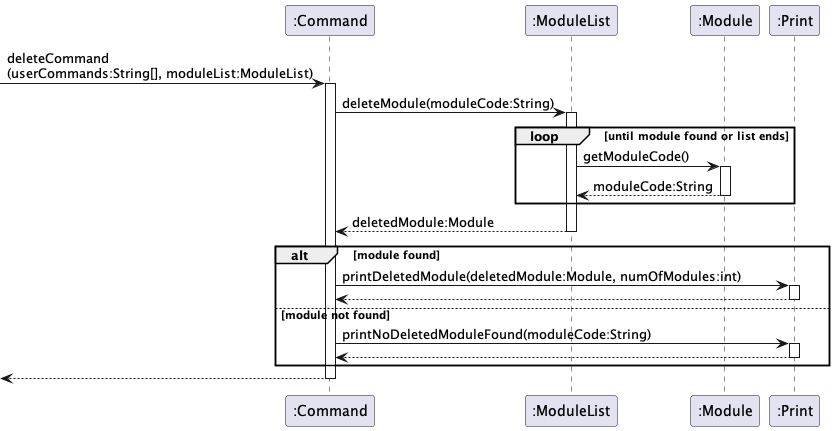
Above: docs/diagrams/DeleteModule.png in saintzaw/tp (PlantUML), before the change.
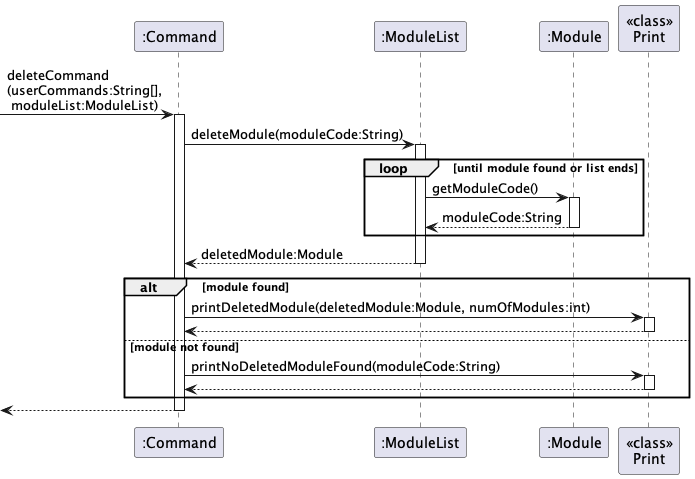
Above is the later version.

Change to the diagram source:
```diff
@@ -3,9 +3,9 @@
 participant ":Command" as Command
 participant ":ModuleList" as ML
 participant ":Module" as Mod
-participant ":Print" as Print
+participant "<<class>>\nPrint" as Print
 
-[->Command : deleteCommand\n(userCommands:String[], moduleList:ModuleList)
+[->Command : deleteCommand\n(userCommands:String[],\n moduleList:ModuleList)
 activate Command
 Command->ML : deleteModule(moduleCode:String)
 activate ML
```
